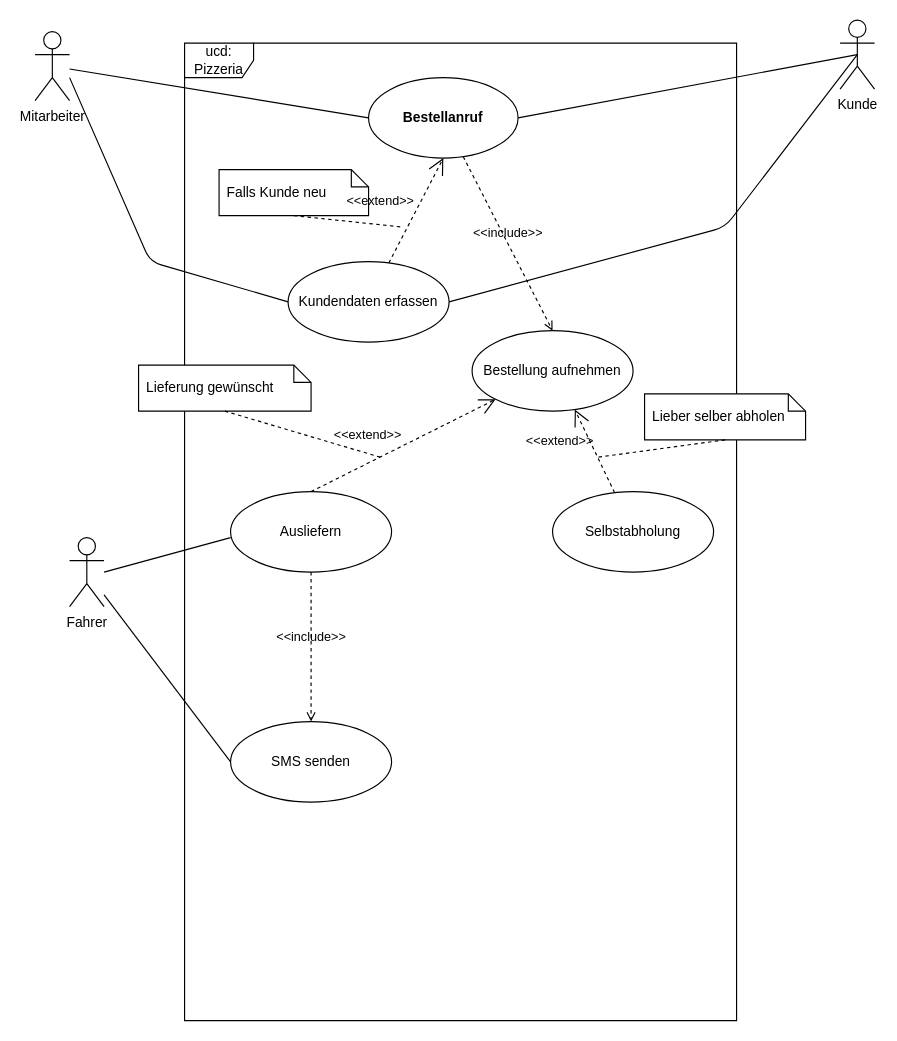
The draw.io diagram 02_UML_UseCase_Diagramm.drawio in 05-FUEM-I-ComCaveDD/01_UML_Diagramme, before the edit. Source tidied: cells renumbered, new cells numbered last; positions are measured from the earlier drawing's top-left corner, leaving out a move shared by most shapes. Both pictures are drawn from the tidied source at 115%, with x=0, y=0 at pixel (34, 20).
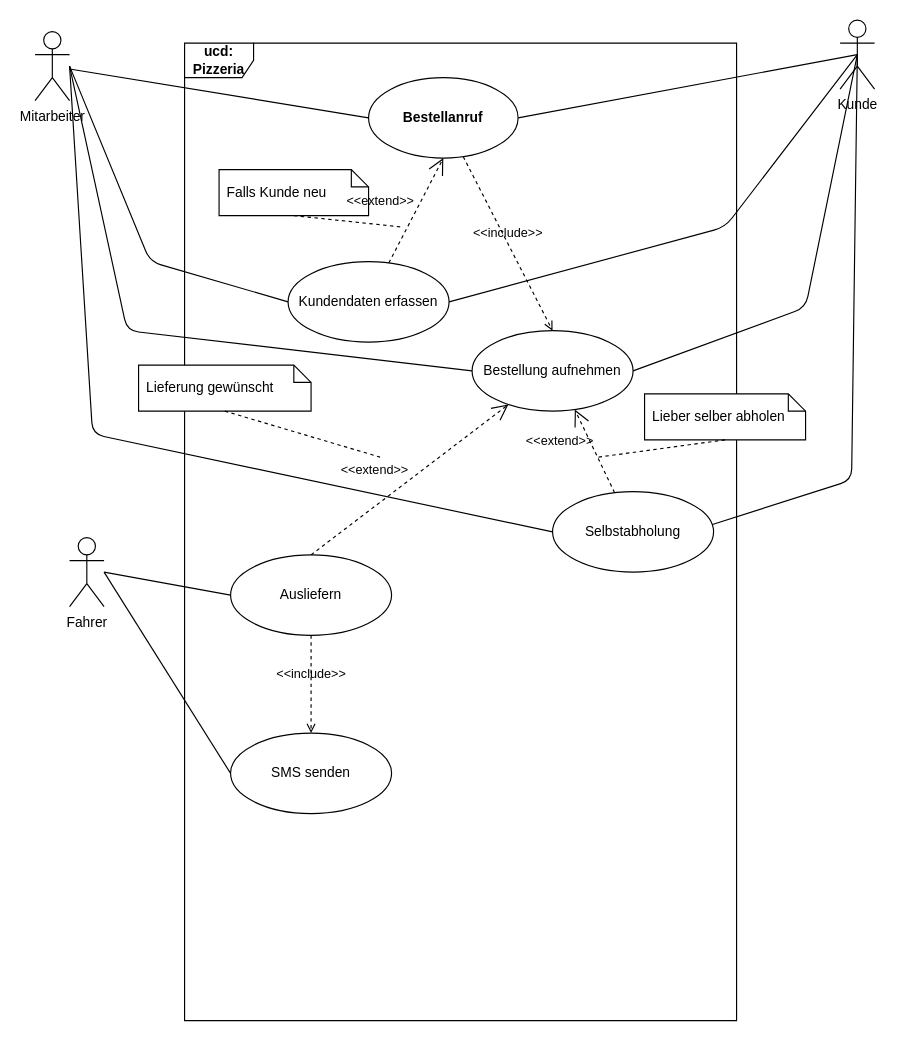
Above is the later version.

Unchanged cells that the change refers to:
```xml
<mxCell id="3" value="Mitarbeiter" style="shape=umlActor;html=1;verticalLabelPosition=bottom;verticalAlign=top;align=center;" parent="1" vertex="1">
  <mxGeometry y="10" width="30" height="60" as="geometry" />
</mxCell>
<mxCell id="4" value="Kunde" style="shape=umlActor;html=1;verticalLabelPosition=bottom;verticalAlign=top;align=center;" parent="1" vertex="1">
  <mxGeometry x="700" width="30" height="60" as="geometry" />
</mxCell>
<mxCell id="7" value="Kundendaten erfassen" style="ellipse;whiteSpace=wrap;html=1;strokeWidth=1;" parent="1" vertex="1">
  <mxGeometry x="220" y="210" width="140" height="70" as="geometry" />
</mxCell>
<mxCell id="14" value="Bestellung aufnehmen" style="ellipse;whiteSpace=wrap;html=1;strokeWidth=1;" parent="1" vertex="1">
  <mxGeometry x="380" y="270" width="140" height="70" as="geometry" />
</mxCell>
<mxCell id="17" value="Selbstabholung" style="ellipse;whiteSpace=wrap;html=1;strokeWidth=1;" parent="1" vertex="1">
  <mxGeometry x="450" y="410" width="140" height="70" as="geometry" />
</mxCell>
<mxCell id="18" value="Fahrer" style="shape=umlActor;verticalLabelPosition=bottom;verticalAlign=top;html=1;strokeWidth=1;" parent="1" vertex="1">
  <mxGeometry x="30" y="450" width="30" height="60" as="geometry" />
</mxCell>
```

What changed in the source:
```diff
@@
-    <mxCell id="2" value="ucd: Pizzeria" style="shape=umlFrame;whiteSpace=wrap;html=1;" parent="1" vertex="1">
+    <mxCell id="2" value="&lt;b&gt;ucd: Pizzeria&lt;/b&gt;" style="shape=umlFrame;whiteSpace=wrap;html=1;" parent="1" vertex="1">
       <mxGeometry x="130" y="20" width="480" height="850" as="geometry" />
     </mxCell>
+    <mxCell id="29" style="edgeStyle=none;html=1;" parent="1" edge="1" source="3">
+      <mxGeometry relative="1" as="geometry">
+        <mxPoint x="30" y="40" as="targetPoint" />
+      </mxGeometry>
+    </mxCell>
@@
     <mxCell id="13" style="edgeStyle=none;html=1;endArrow=none;verticalAlign=bottom;entryX=0;entryY=0.5;entryDx=0;entryDy=0;" parent="1" edge="1" target="7">
       <mxGeometry relative="1" as="geometry">
-        <mxPoint x="30" y="50" as="sourcePoint" />
+        <mxPoint x="30" y="40" as="sourcePoint" />
         <Array as="points">
           <mxPoint x="100" y="210" />
         </Array>
       </mxGeometry>
     </mxCell>
@@
     <mxCell id="16" value="Ausliefern" style="ellipse;whiteSpace=wrap;html=1;strokeWidth=1;" parent="1" vertex="1">
-      <mxGeometry x="170" y="410" width="140" height="70" as="geometry" />
+      <mxGeometry x="170" y="465" width="140" height="70" as="geometry" />
     </mxCell>
@@
     <mxCell id="25" value="SMS senden" style="ellipse;whiteSpace=wrap;html=1;strokeWidth=1;" parent="1" vertex="1">
-      <mxGeometry x="170" y="610" width="140" height="70" as="geometry" />
+      <mxGeometry x="170" y="620" width="140" height="70" as="geometry" />
     </mxCell>
-    <mxCell id="26" value="&amp;lt;&amp;lt;include&amp;gt;&amp;gt;" style="edgeStyle=none;html=1;endArrow=open;verticalAlign=bottom;dashed=1;labelBackgroundColor=none;entryX=0.5;entryY=0;entryDx=0;entryDy=0;" parent="1" edge="1" target="25">
-      <mxGeometry relative="1" as="geometry">
-        <mxPoint x="240" y="480" as="sourcePoint" />
-      </mxGeometry>
+    <mxCell id="26" value="&amp;lt;&amp;lt;include&amp;gt;&amp;gt;" style="edgeStyle=none;html=1;endArrow=open;verticalAlign=bottom;dashed=1;labelBackgroundColor=none;entryX=0.5;entryY=0;entryDx=0;entryDy=0;exitX=0.5;exitY=1;exitDx=0;exitDy=0;" parent="1" edge="1" source="16" target="25">
+      <mxGeometry relative="1" as="geometry" />
     </mxCell>
-    <mxCell id="27" style="edgeStyle=none;html=1;endArrow=none;verticalAlign=bottom;" parent="1" edge="1">
+    <mxCell id="27" style="edgeStyle=none;html=1;endArrow=none;verticalAlign=bottom;entryX=0;entryY=0.5;entryDx=0;entryDy=0;" parent="1" edge="1" target="16">
       <mxGeometry relative="1" as="geometry">
         <mxPoint x="60" y="480" as="sourcePoint" />
-        <mxPoint x="170" y="450" as="targetPoint" />
       </mxGeometry>
     </mxCell>
-    <mxCell id="28" style="edgeStyle=none;html=1;endArrow=none;verticalAlign=bottom;entryX=0;entryY=0.5;entryDx=0;entryDy=0;" parent="1" edge="1" source="18" target="25">
-      <mxGeometry relative="1" as="geometry" />
+    <mxCell id="28" style="edgeStyle=none;html=1;endArrow=none;verticalAlign=bottom;entryX=0;entryY=0.5;entryDx=0;entryDy=0;" parent="1" edge="1" target="25">
+      <mxGeometry relative="1" as="geometry">
+        <mxPoint x="60" y="480" as="sourcePoint" />
+      </mxGeometry>
     </mxCell>
+    <mxCell id="30" style="edgeStyle=none;html=1;endArrow=none;verticalAlign=bottom;entryX=0.5;entryY=0.5;entryDx=0;entryDy=0;entryPerimeter=0;exitX=1;exitY=0.5;exitDx=0;exitDy=0;" parent="1" edge="1" source="14" target="4">
+      <mxGeometry relative="1" as="geometry">
+        <Array as="points">
+          <mxPoint x="670" y="250" />
+        </Array>
+      </mxGeometry>
+    </mxCell>
+    <mxCell id="31" style="edgeStyle=none;html=1;endArrow=none;verticalAlign=bottom;entryX=0;entryY=0.5;entryDx=0;entryDy=0;" parent="1" edge="1" target="14">
+      <mxGeometry relative="1" as="geometry">
+        <mxPoint x="30" y="40" as="sourcePoint" />
+        <Array as="points">
+          <mxPoint x="80" y="270" />
+        </Array>
+      </mxGeometry>
+    </mxCell>
+    <mxCell id="32" style="edgeStyle=none;html=1;endArrow=none;verticalAlign=bottom;entryX=0.5;entryY=0.5;entryDx=0;entryDy=0;entryPerimeter=0;exitX=0.993;exitY=0.408;exitDx=0;exitDy=0;exitPerimeter=0;" parent="1" edge="1" source="17" target="4">
+      <mxGeometry relative="1" as="geometry">
+        <Array as="points">
+          <mxPoint x="710" y="400" />
+        </Array>
+      </mxGeometry>
+    </mxCell>
+    <mxCell id="33" style="edgeStyle=none;html=1;endArrow=none;verticalAlign=bottom;entryX=0;entryY=0.5;entryDx=0;entryDy=0;" parent="1" edge="1" target="17">
+      <mxGeometry relative="1" as="geometry">
+        <mxPoint x="30" y="40" as="sourcePoint" />
+        <Array as="points">
+          <mxPoint x="50" y="360" />
+        </Array>
+      </mxGeometry>
+    </mxCell>
```
